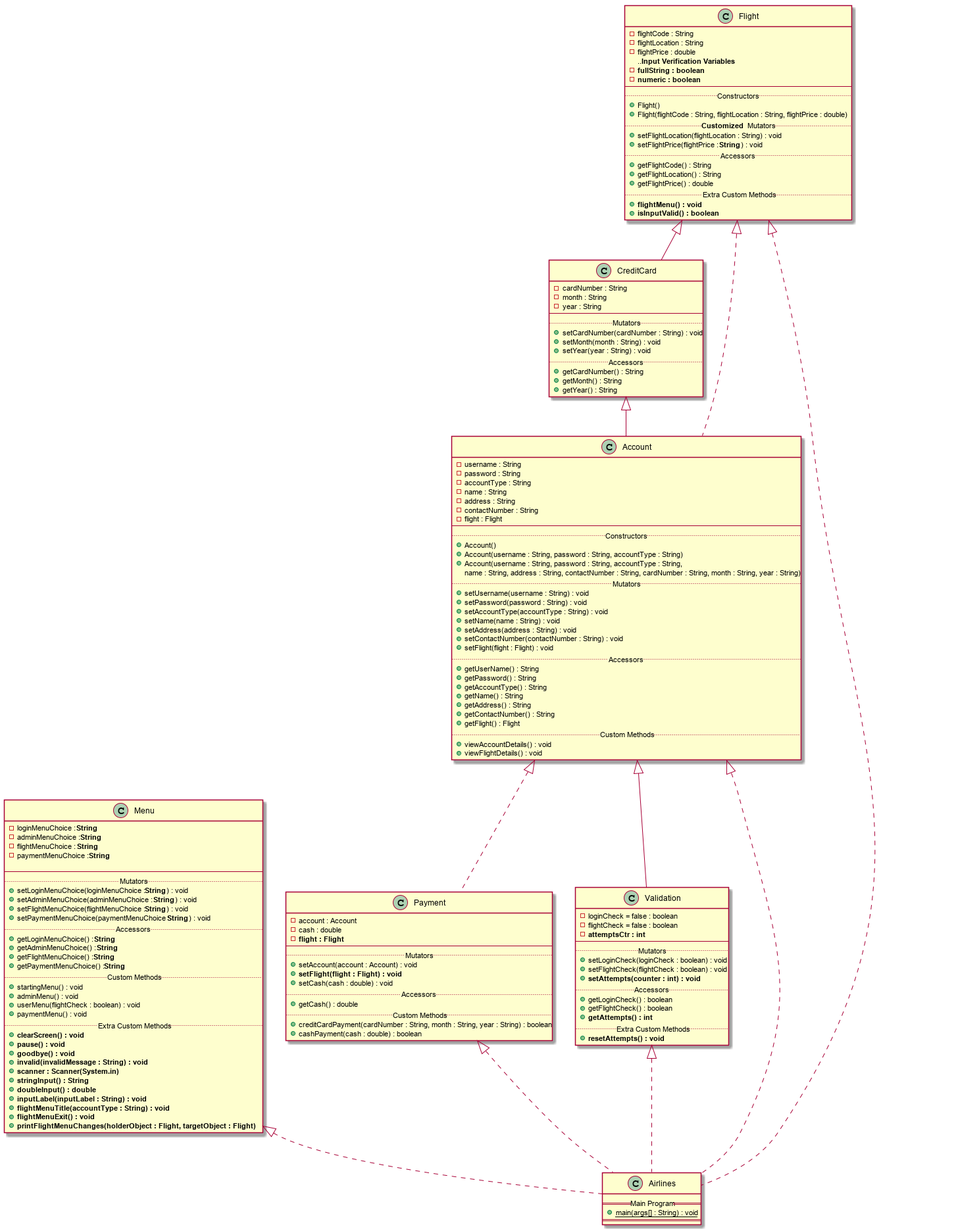
Earlier version of the PlantUML export out/Java Projects/Grade 11/DeGuzmanIAN-Llantos_JavaAirlines/Descriptions-Diagrams/ClassDiagrams/ClassDiagrams.png (metaeatscake/schoolfiles).
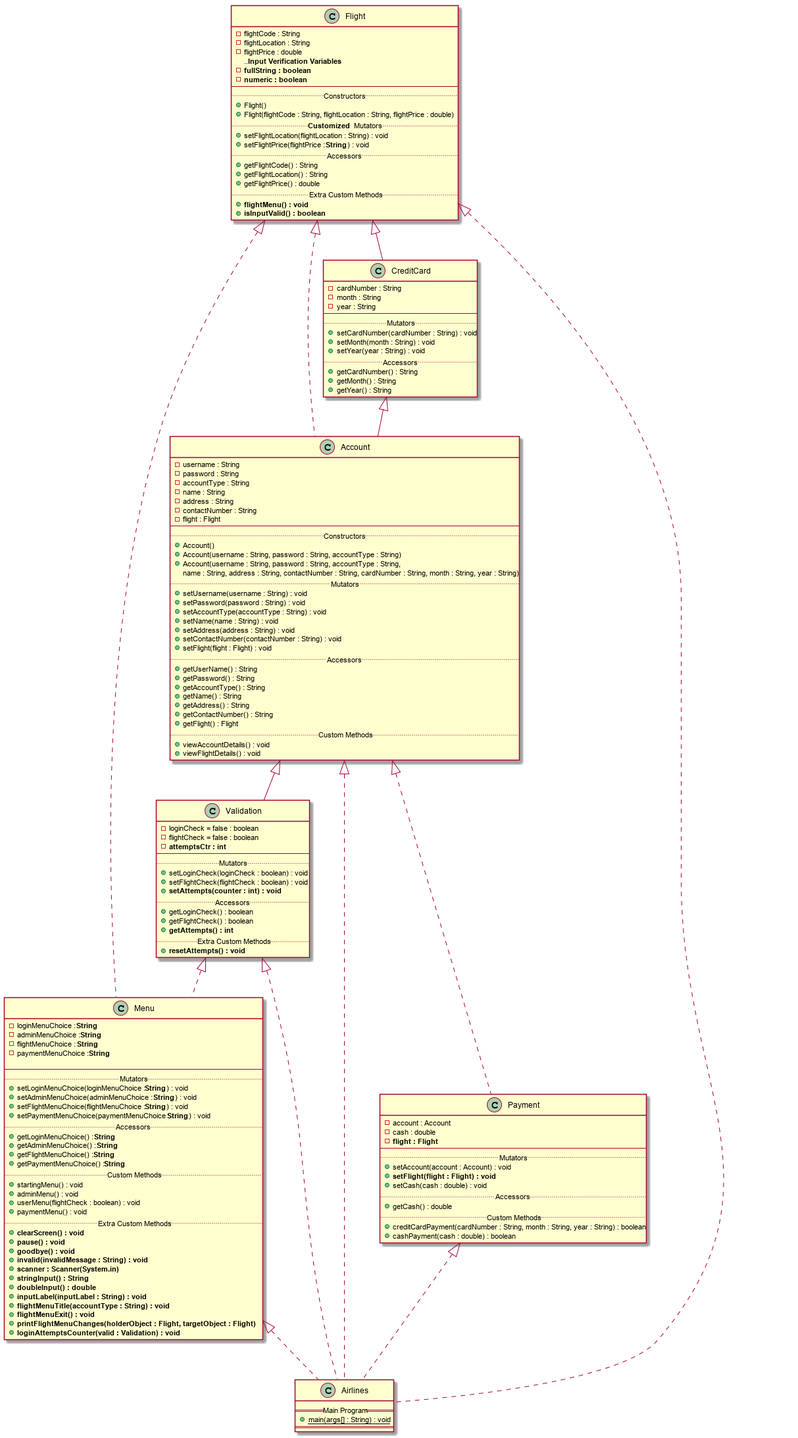
After the change.

What changed in the source:
```diff
@@ -34,6 +34,7 @@
     +**flightMenuTitle(accountType : String) : void**
     +**flightMenuExit() : void**
     +**printFlightMenuChanges(holderObject : Flight, targetObject : Flight)**
+    +**loginAttemptsCounter(valid : Validation) : void**
 }
 
 class Payment
@@ -167,4 +168,6 @@
 Account <|.. Airlines
 Flight <|.. Airlines
 
+Flight <|.. Menu
+Validation <|.. Menu
 @enduml
```
